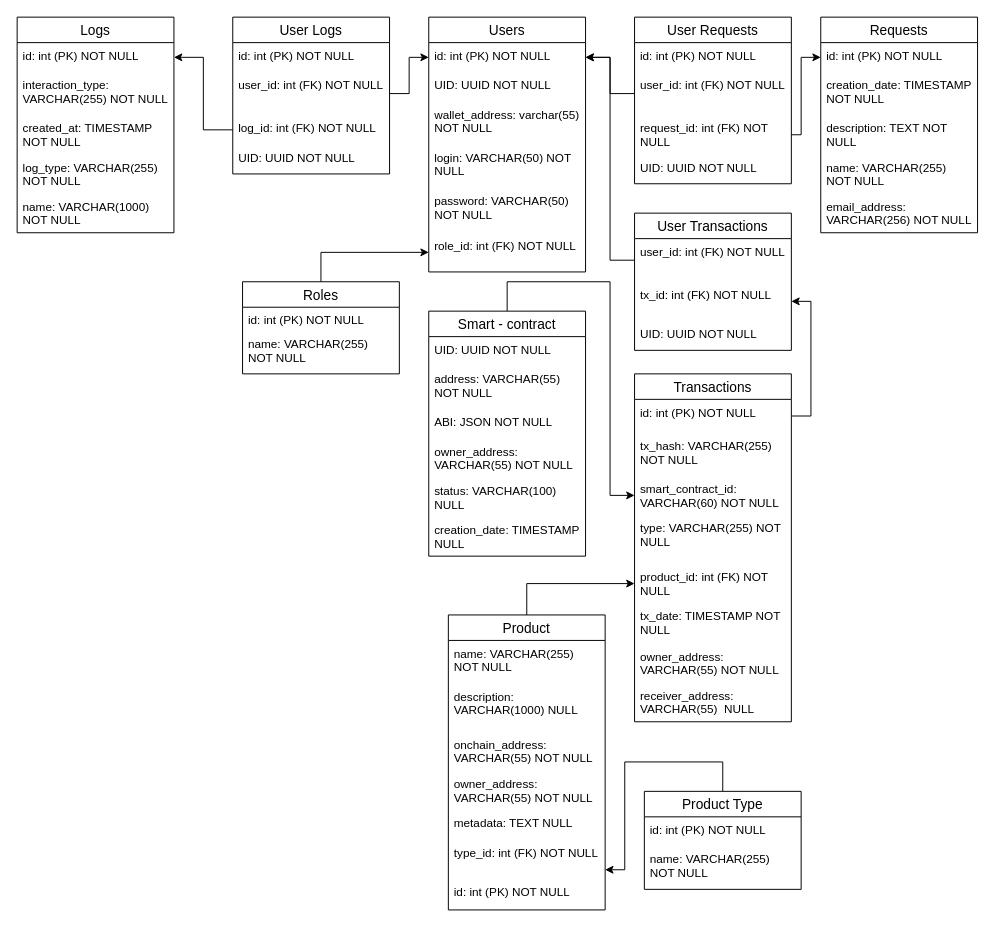
slsforme/ton_market_django keeps this draw.io diagram as physical_scheme.drawio. Above is the earlier version. Source tidied: cells renumbered, new cells numbered last; positions are measured from the earlier drawing's top-left corner, leaving out a move shared by most shapes. Both pictures are drawn from the tidied source at 98%, with x=0, y=0 at pixel (17, 17).
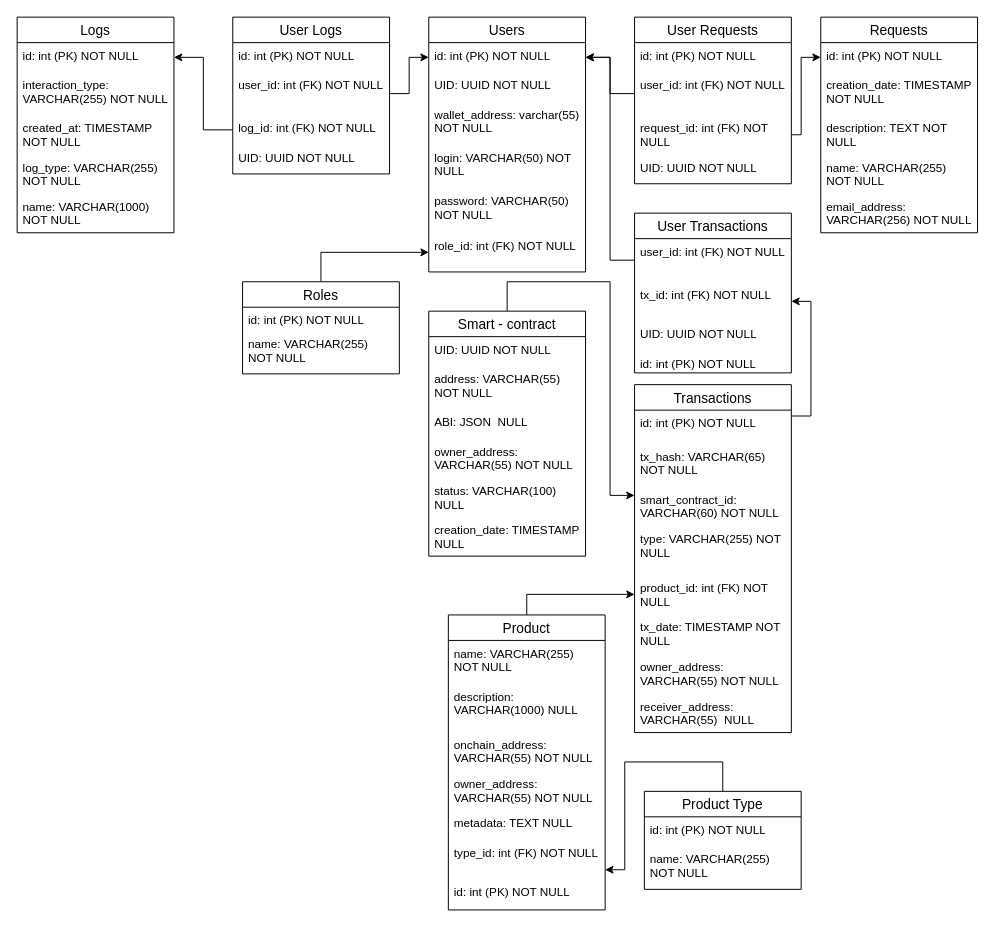
After the change.

The change refers to these unchanged cells:
```xml
<mxCell id="36" value="Smart - contract" style="swimlane;fontStyle=0;horizontal=1;startSize=26;align=center;fontSize=14;" parent="1" vertex="1">
  <mxGeometry x="420" y="300" width="160" height="250" as="geometry" />
</mxCell>
```

The edit, as a diff of the source:
```diff
@@
     <mxCell id="13" value="Transactions" style="swimlane;fontStyle=0;horizontal=1;startSize=26;align=center;fontSize=14;" parent="1" vertex="1">
-      <mxGeometry x="630" y="364" width="160" height="355" as="geometry" />
+      <mxGeometry x="630" y="375" width="160" height="355" as="geometry" />
     </mxCell>
@@
-    <mxCell id="15" value="tx_hash: VARCHAR(255) NOT NULL" style="text;strokeColor=none;fillColor=none;spacingLeft=4;spacingRight=4;overflow=hidden;fontSize=12;whiteSpace=wrap;html=1;" parent="13" vertex="1">
+    <mxCell id="15" value="tx_hash: VARCHAR(65) NOT NULL" style="text;strokeColor=none;fillColor=none;spacingLeft=4;spacingRight=4;overflow=hidden;fontSize=12;whiteSpace=wrap;html=1;" parent="13" vertex="1">
       <mxGeometry y="60" width="160" height="44" as="geometry" />
     </mxCell>
@@
-    <mxCell id="39" value="ABI: JSON NOT NULL" style="text;strokeColor=none;fillColor=none;spacingLeft=4;spacingRight=4;overflow=hidden;fontSize=12;whiteSpace=wrap;html=1;" parent="36" vertex="1">
+    <mxCell id="39" value="ABI: JSON&amp;nbsp; NULL" style="text;strokeColor=none;fillColor=none;spacingLeft=4;spacingRight=4;overflow=hidden;fontSize=12;whiteSpace=wrap;html=1;" parent="36" vertex="1">
       <mxGeometry y="100" width="160" height="30" as="geometry" />
     </mxCell>
@@
     <mxCell id="69" value="User Transactions" style="swimlane;fontStyle=0;horizontal=1;startSize=26;align=center;fontSize=14;" parent="1" vertex="1">
-      <mxGeometry x="630" y="200" width="160" height="140" as="geometry" />
+      <mxGeometry x="630" y="200" width="160" height="163" as="geometry" />
     </mxCell>
@@
+    <mxCell id="75" value="id: int (PK) NOT NULL" style="text;strokeColor=none;fillColor=none;spacingLeft=4;spacingRight=4;overflow=hidden;fontSize=12;whiteSpace=wrap;html=1;" parent="69" vertex="1">
+      <mxGeometry y="140" width="160" height="23" as="geometry" />
+    </mxCell>
```
